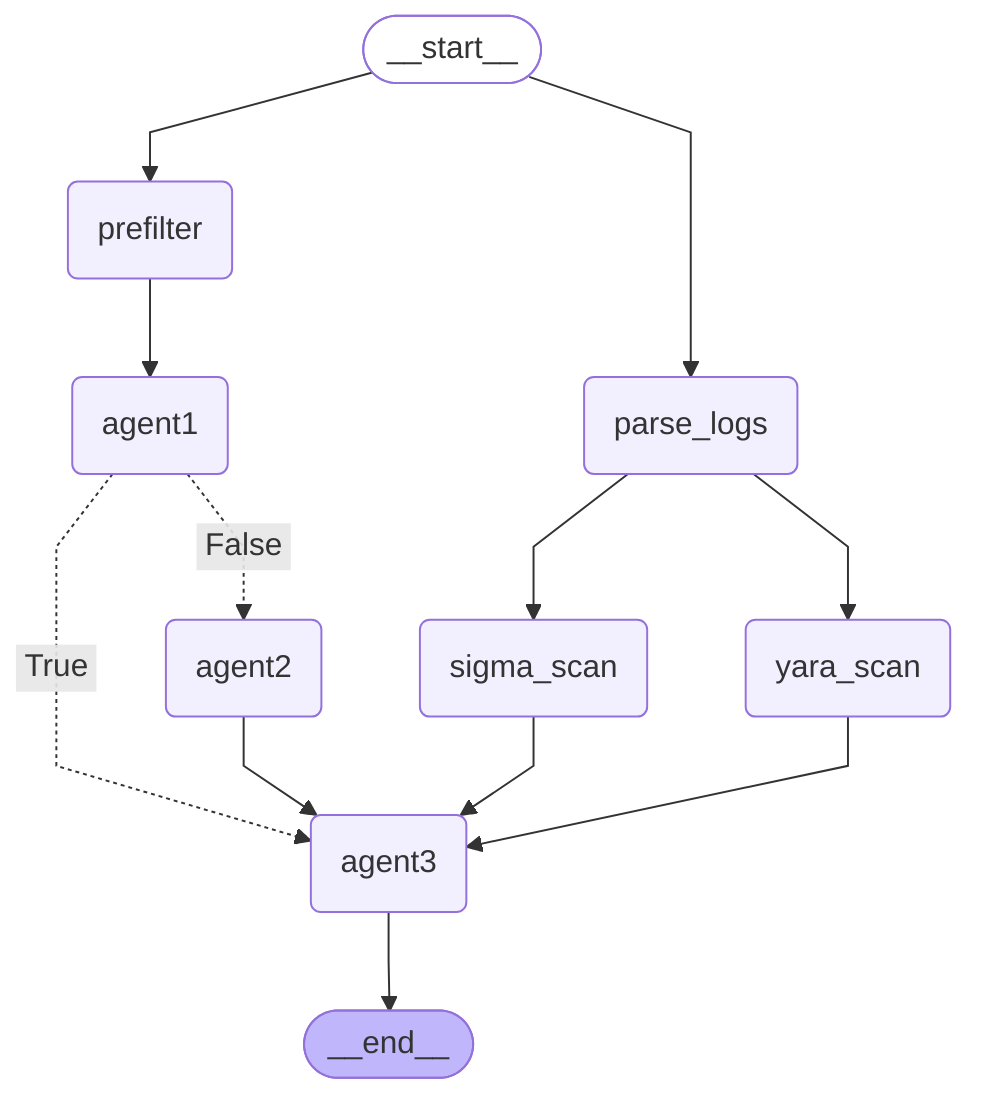
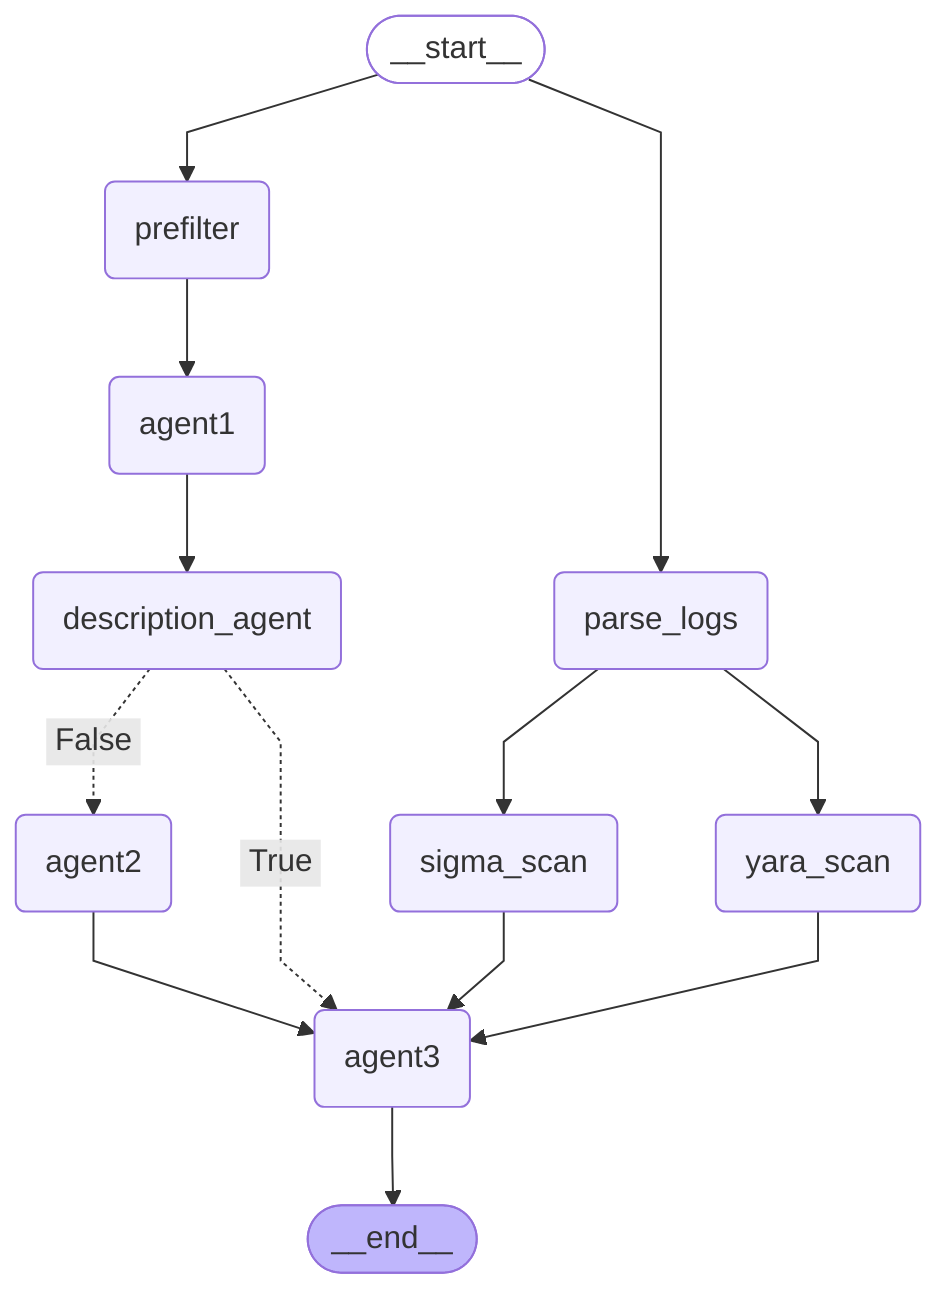
---
config:
  flowchart:
    curve: linear
---
graph TD;
	__start__([<p>__start__</p>]):::first
	prefilter(prefilter)
	agent1(agent1)
+ 	description_agent(description_agent)
	parse_logs(parse_logs)
	agent2(agent2)
	yara_scan(yara_scan)
	sigma_scan(sigma_scan)
	agent3(agent3)
	__end__([<p>__end__</p>]):::last
	__start__ --> parse_logs;
	__start__ --> prefilter;
- 	agent1 -. &nbsp;False&nbsp; .-> agent2;
- 	agent1 -. &nbsp;True&nbsp; .-> agent3;
+ 	agent1 --> description_agent;
	agent2 --> agent3;
+ 	description_agent -. &nbsp;False&nbsp; .-> agent2;
+ 	description_agent -. &nbsp;True&nbsp; .-> agent3;
	parse_logs --> sigma_scan;
	parse_logs --> yara_scan;
	prefilter --> agent1;
	sigma_scan --> agent3;
	yara_scan --> agent3;
	agent3 --> __end__;
	classDef default fill:#f2f0ff,line-height:1.2
	classDef first fill-opacity:0
	classDef last fill:#bfb6fc
